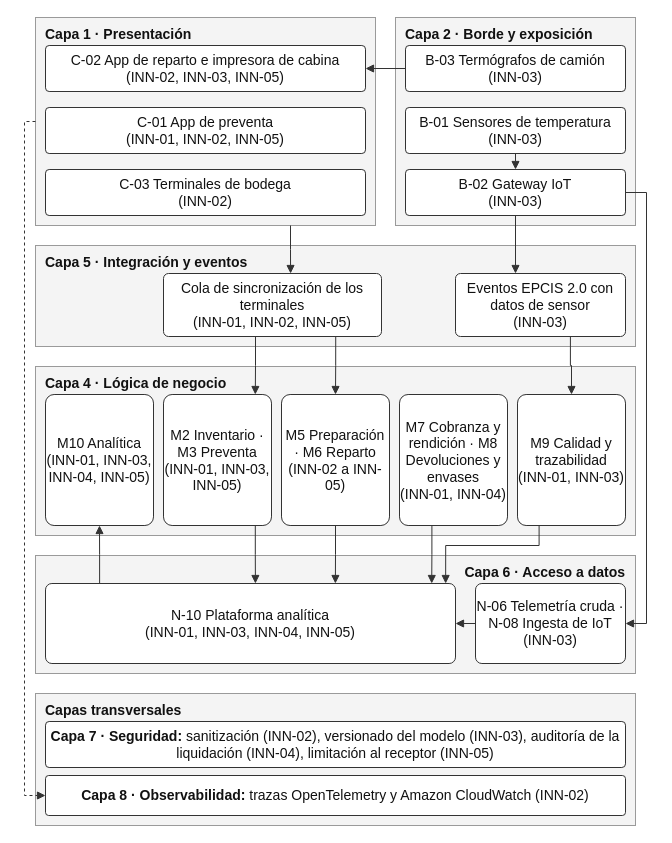
This is SD13_v_nueva/13_innovaciones/diagramas/Fig_13-1_Mapa_Innovaciones.drawio from PatricioH315/LafroX, a draw.io file, before an edit. Source tidied: cells renumbered, new cells numbered last; positions are measured from the earlier drawing's top-left corner, leaving out a move shared by most shapes. Both pictures are drawn from the tidied source at 100%, with x=0, y=0 at pixel (24, 17).
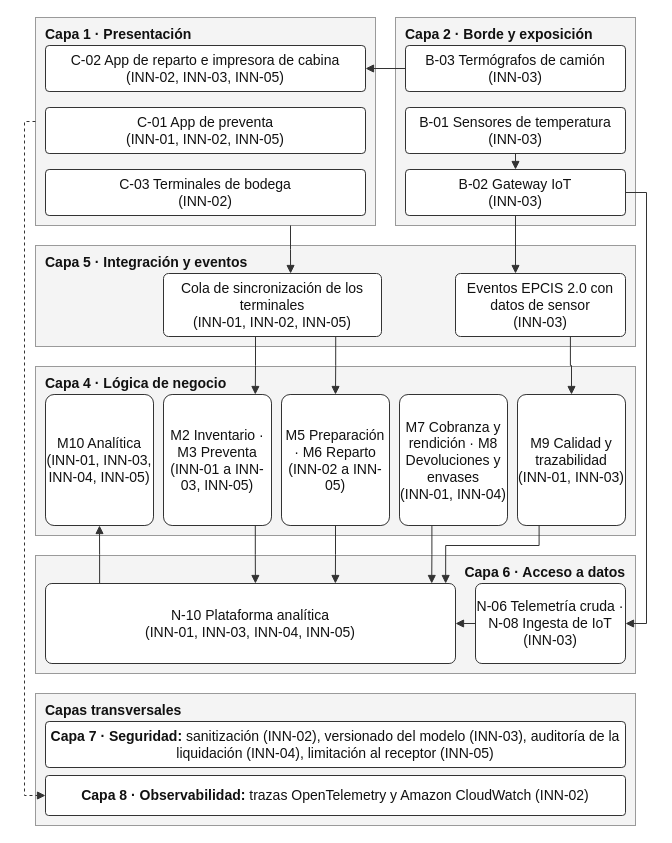
After the change.

Change to the diagram source:
```diff
@@
-    <mxCell id="19" value="M2 Inventario · M3 Preventa&lt;br&gt;(INN-01, INN-03, INN-05)" style="rounded=1;whiteSpace=wrap;html=1;fontSize=14;fontFamily=Helvetica;fillColor=#FFFFFF;strokeColor=#333333;fontColor=#111111;arcSize=8;" parent="1" vertex="1">
+    <mxCell id="19" value="M2 Inventario · M3 Preventa&lt;br&gt;(INN-01 a INN-03, INN-05)" style="rounded=1;whiteSpace=wrap;html=1;fontSize=14;fontFamily=Helvetica;fillColor=#FFFFFF;strokeColor=#333333;fontColor=#111111;arcSize=8;" parent="1" vertex="1">
       <mxGeometry x="139" y="377" width="108" height="131" as="geometry" />
     </mxCell>
```
